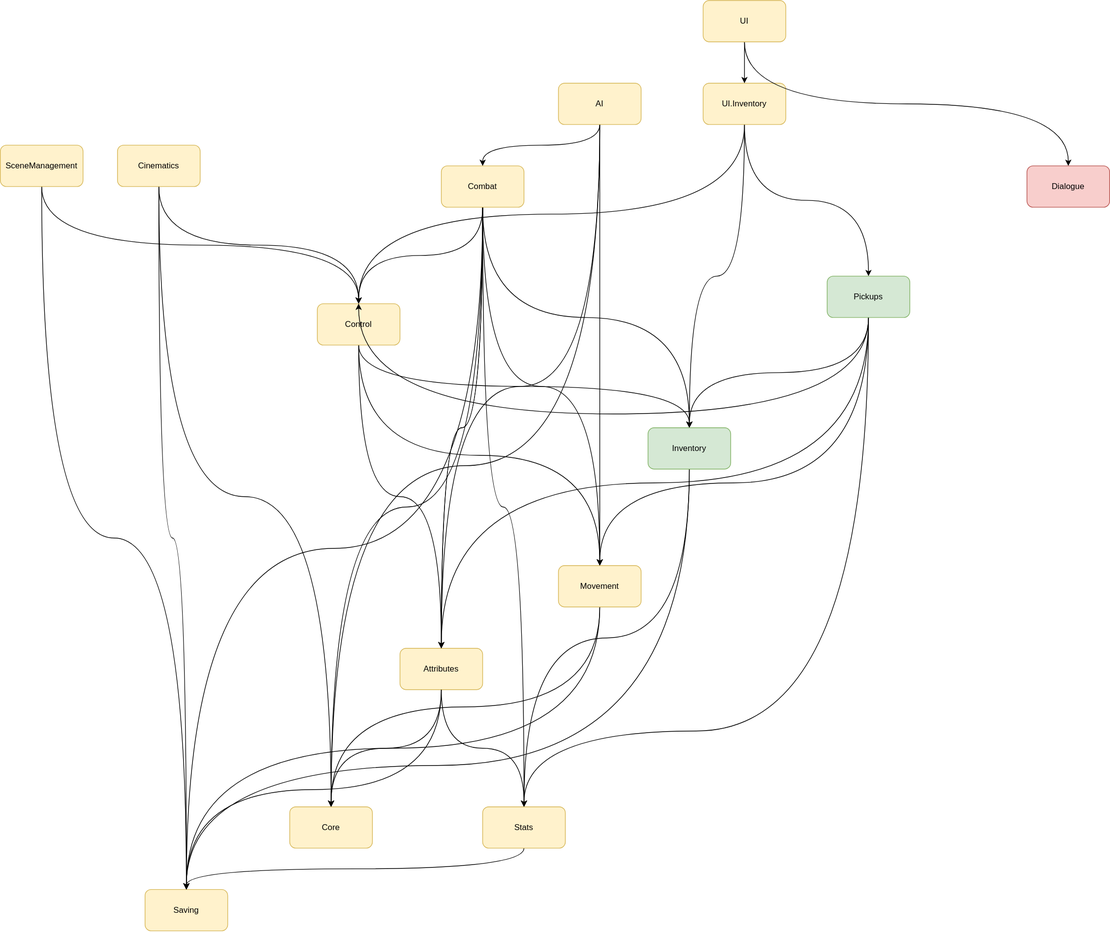
Before: Assets/Architecture/architecture.svg, a diagram exported from draw.io (ipevr/RPG-2024). Source tidied: cells renumbered, new cells last; positions are measured from the earlier drawing's top-left corner, leaving out a move shared by most shapes.
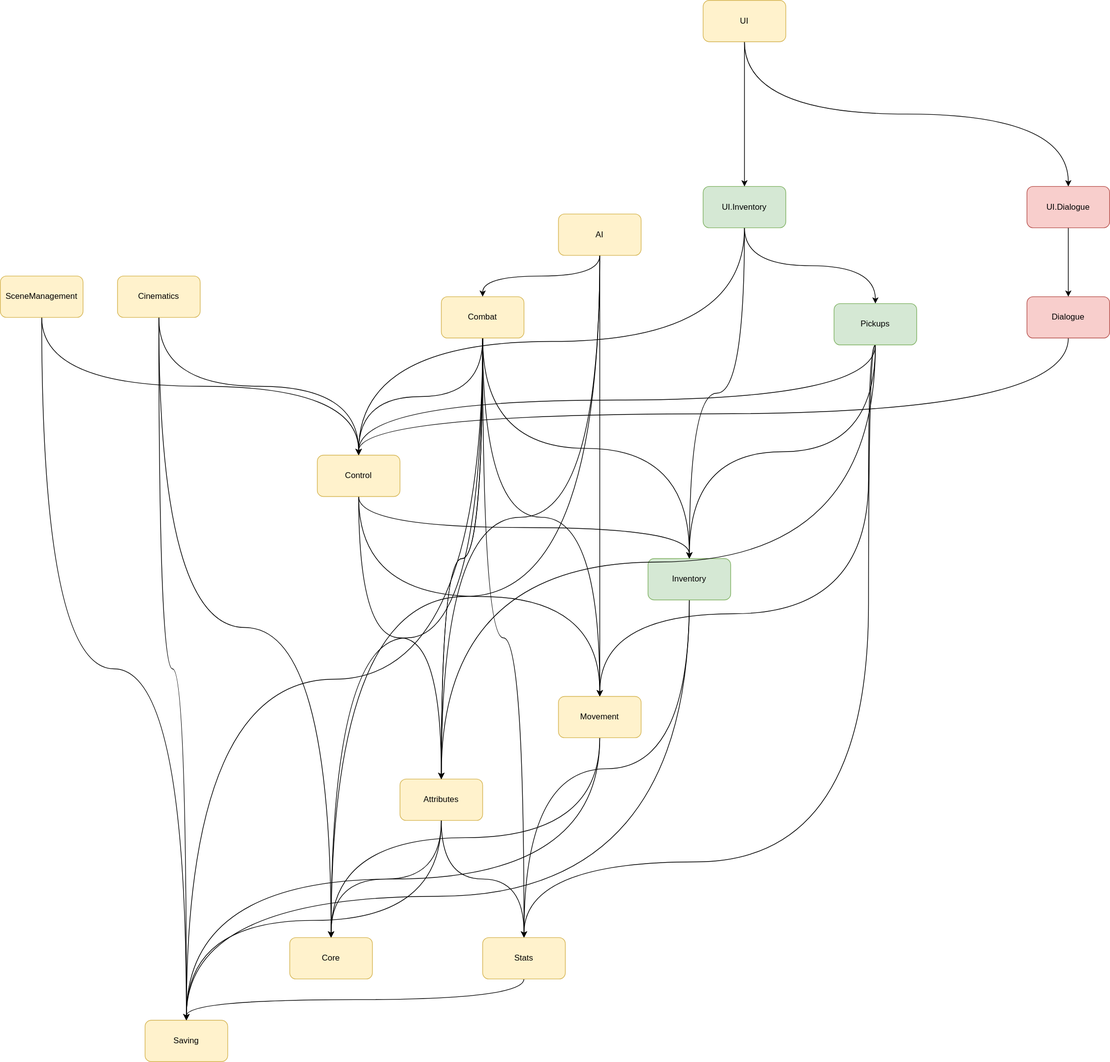
After the change.

The edit, as a diff of the source:
```diff
@@ -60,7 +60,7 @@
       <mxGeometry relative="1" as="geometry" />
     </mxCell>
     <mxCell id="21" value="Control" style="rounded=1;whiteSpace=wrap;html=1;fillColor=#fff2cc;strokeColor=#d6b656;" parent="1" vertex="1">
-      <mxGeometry x="460" y="440" width="120" height="60" as="geometry" />
+      <mxGeometry x="460" y="470" width="120" height="60" as="geometry" />
     </mxCell>
     <mxCell id="22" value="Core" style="rounded=1;whiteSpace=wrap;html=1;fillColor=#fff2cc;strokeColor=#d6b656;" parent="1" vertex="1">
       <mxGeometry x="420" y="1170" width="120" height="60" as="geometry" />
@@ -101,8 +101,8 @@
     <mxCell id="34" style="edgeStyle=orthogonalEdgeStyle;curved=1;rounded=0;jettySize=auto;html=1;exitX=0.5;exitY=1;exitDx=0;exitDy=0;entryX=0.5;entryY=0;entryDx=0;entryDy=0;" parent="1" edge="1" source="35" target="21">
       <mxGeometry relative="1" as="geometry" />
     </mxCell>
-    <mxCell id="35" value="UI.Inventory" style="rounded=1;whiteSpace=wrap;html=1;fillColor=#fff2cc;strokeColor=#d6b656;" parent="1" vertex="1">
-      <mxGeometry x="1020" y="120" width="120" height="60" as="geometry" />
+    <mxCell id="35" value="UI.Inventory" style="rounded=1;whiteSpace=wrap;html=1;fillColor=#d5e8d4;strokeColor=#82b366;" parent="1" vertex="1">
+      <mxGeometry x="1020" y="80" width="120" height="60" as="geometry" />
     </mxCell>
     <mxCell id="36" style="edgeStyle=orthogonalEdgeStyle;rounded=0;jettySize=auto;html=1;exitX=0.5;exitY=1;exitDx=0;exitDy=0;entryX=0.5;entryY=0;entryDx=0;entryDy=0;curved=1;" parent="1" edge="1" source="40" target="17">
       <mxGeometry relative="1" as="geometry" />
@@ -148,12 +148,7 @@
       </mxGeometry>
     </mxCell>
     <mxCell id="47" style="edgeStyle=orthogonalEdgeStyle;curved=1;rounded=0;jettySize=auto;html=1;exitX=0.5;exitY=1;exitDx=0;exitDy=0;entryX=0.5;entryY=0;entryDx=0;entryDy=0;" parent="1" edge="1" source="50" target="21">
-      <mxGeometry relative="1" as="geometry">
-        <Array as="points">
-          <mxPoint x="1260" y="600" />
-          <mxPoint x="520" y="600" />
-        </Array>
-      </mxGeometry>
+      <mxGeometry relative="1" as="geometry" />
     </mxCell>
     <mxCell id="48" style="edgeStyle=orthogonalEdgeStyle;curved=1;rounded=0;jettySize=auto;html=1;exitX=0.5;exitY=1;exitDx=0;exitDy=0;entryX=0.5;entryY=0;entryDx=0;entryDy=0;" parent="1" edge="1" source="50" target="4">
       <mxGeometry relative="1" as="geometry" />
@@ -167,19 +162,33 @@
       </mxGeometry>
     </mxCell>
     <mxCell id="50" value="Pickups" style="rounded=1;whiteSpace=wrap;html=1;fillColor=#d5e8d4;strokeColor=#82b366;" parent="1" vertex="1">
-      <mxGeometry x="1200" y="400" width="120" height="60" as="geometry" />
+      <mxGeometry x="1210" y="250" width="120" height="60" as="geometry" />
     </mxCell>
     <mxCell id="51" style="edgeStyle=orthogonalEdgeStyle;curved=1;rounded=0;jettySize=auto;html=1;exitX=0.5;exitY=1;exitDx=0;exitDy=0;entryX=0.5;entryY=0;entryDx=0;entryDy=0;" parent="1" edge="1" source="53" target="35">
       <mxGeometry relative="1" as="geometry" />
     </mxCell>
-    <mxCell id="52" style="edgeStyle=orthogonalEdgeStyle;curved=1;rounded=0;jettySize=auto;html=1;exitX=0.5;exitY=1;exitDx=0;exitDy=0;entryX=0.5;entryY=0;entryDx=0;entryDy=0;" parent="1" edge="1" source="53" target="54">
-      <mxGeometry relative="1" as="geometry" />
-    </mxCell>
+    <mxCell id="55" style="edgeStyle=orthogonalEdgeStyle;curved=1;rounded=0;jettySize=auto;html=1;exitX=0.5;exitY=1;exitDx=0;exitDy=0;entryX=0.5;entryY=0;entryDx=0;entryDy=0;" parent="1" edge="1" source="53" target="58">
+      <mxGeometry relative="1" as="geometry" />
+    </mxCell>
     <mxCell id="53" value="UI" style="rounded=1;whiteSpace=wrap;html=1;fillColor=#fff2cc;strokeColor=#d6b656;" parent="1" vertex="1">
-      <mxGeometry x="1020" width="120" height="60" as="geometry" />
+      <mxGeometry x="1020" y="-190" width="120" height="60" as="geometry" />
     </mxCell>
+    <mxCell id="56" style="edgeStyle=orthogonalEdgeStyle;rounded=0;jettySize=auto;html=1;exitX=0.5;exitY=1;exitDx=0;exitDy=0;entryX=0.5;entryY=0;entryDx=0;entryDy=0;curved=1;" parent="1" edge="1" source="54" target="21">
+      <mxGeometry relative="1" as="geometry">
+        <Array as="points">
+          <mxPoint x="1550" y="410" />
+          <mxPoint x="520" y="410" />
+        </Array>
+      </mxGeometry>
+    </mxCell>
     <mxCell id="54" value="Dialogue" style="rounded=1;whiteSpace=wrap;html=1;fillColor=#f8cecc;strokeColor=#b85450;" parent="1" vertex="1">
       <mxGeometry x="1490" y="240" width="120" height="60" as="geometry" />
     </mxCell>
+    <mxCell id="57" style="edgeStyle=orthogonalEdgeStyle;curved=1;rounded=0;jettySize=auto;html=1;exitX=0.5;exitY=1;exitDx=0;exitDy=0;entryX=0.5;entryY=0;entryDx=0;entryDy=0;" parent="1" edge="1" source="58" target="54">
+      <mxGeometry relative="1" as="geometry" />
+    </mxCell>
+    <mxCell id="58" value="UI.Dialogue" style="rounded=1;whiteSpace=wrap;html=1;fillColor=#f8cecc;strokeColor=#b85450;" parent="1" vertex="1">
+      <mxGeometry x="1490" y="80" width="120" height="60" as="geometry" />
+    </mxCell>
   </root>
 </mxGraphModel>
```
